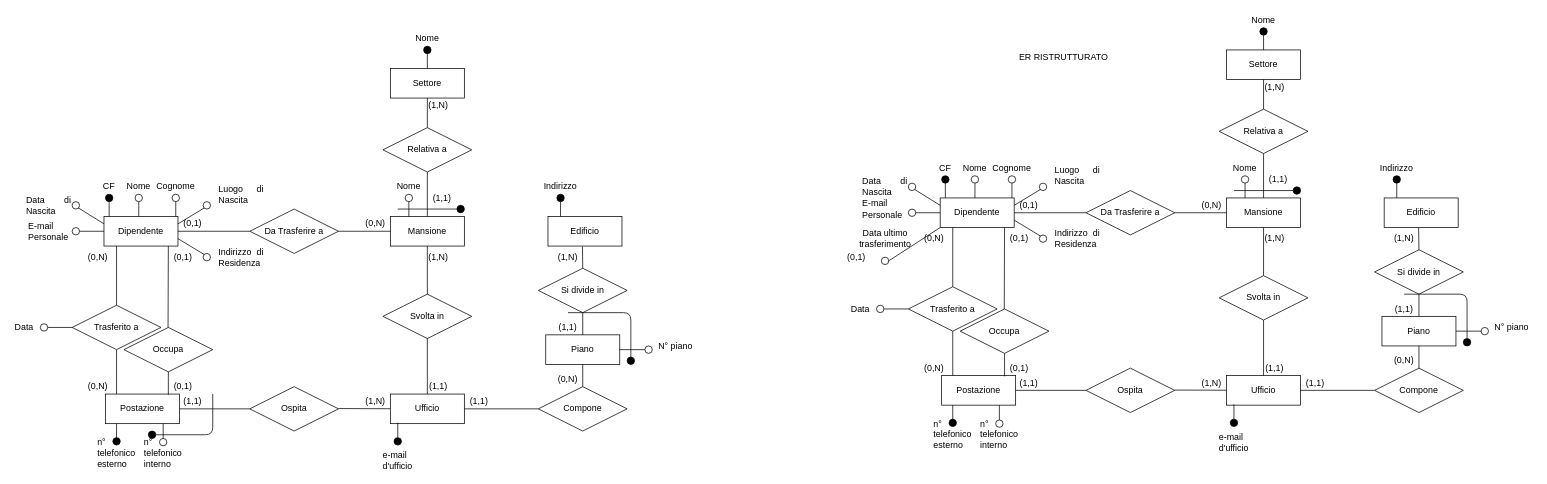
This is diagram_ER/diagram_ER.drawio from Torkin1/Directory_aziendale, a draw.io file, before an edit. Source tidied: cells renumbered, new cells numbered last; positions are measured from the earlier drawing's top-left corner, leaving out a move shared by most shapes. Both pictures are drawn from the tidied source at 74%, with x=0, y=0 at pixel (13, 13).
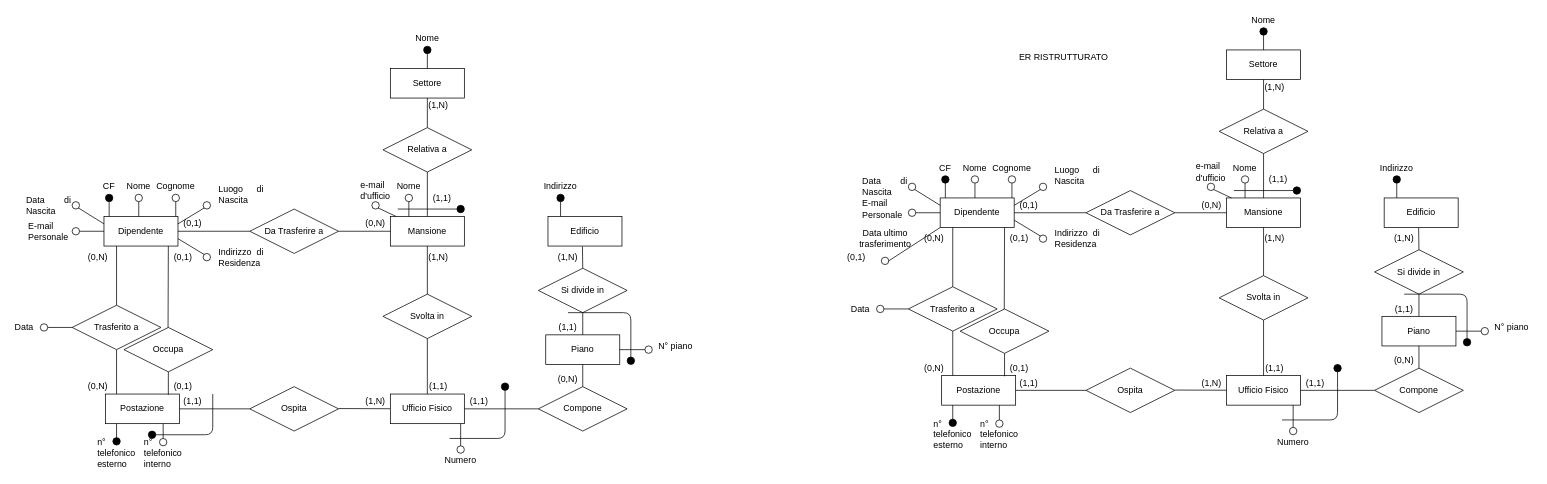
After the change.

The change refers to these unchanged cells:
```xml
<mxCell id="23" value="Mansione" style="whiteSpace=wrap;html=1;align=center;" parent="1" vertex="1">
  <mxGeometry x="510" y="275" width="100" height="40" as="geometry" />
</mxCell>
```

Diff of the diagram source:
```diff
@@
-    <mxCell id="44" value="Ufficio" style="whiteSpace=wrap;html=1;align=center;" parent="1" vertex="1">
+    <mxCell id="44" value="Ufficio Fisico" style="whiteSpace=wrap;html=1;align=center;" parent="1" vertex="1">
       <mxGeometry x="510" y="515" width="100" height="40" as="geometry" />
     </mxCell>
@@
-    <mxCell id="50" style="endArrow=none;html=1;exitX=0.5;exitY=0;exitDx=0;exitDy=0;" parent="1" edge="1">
-      <mxGeometry relative="1" as="geometry">
-        <mxPoint x="520" y="573.9" as="sourcePoint" />
-        <mxPoint x="520" y="553.9" as="targetPoint" />
-      </mxGeometry>
-    </mxCell>
     <mxCell id="51" value="&lt;div style=&quot;text-align: justify&quot;&gt;&lt;span&gt;e-mail d'ufficio&lt;/span&gt;&lt;/div&gt;" style="text;html=1;strokeColor=none;fillColor=none;align=center;verticalAlign=middle;whiteSpace=wrap;rounded=0;" parent="1" vertex="1">
-      <mxGeometry x="500" y="595" width="40" height="20" as="geometry" />
+      <mxGeometry x="470" y="230" width="40" height="20" as="geometry" />
     </mxCell>
@@
-    <mxCell id="91" style="ellipse;whiteSpace=wrap;html=1;fillColor=#000000;" parent="1" vertex="1">
-      <mxGeometry x="515" y="573.9" width="10" height="10" as="geometry" />
-    </mxCell>
@@
-    <mxCell id="143" value="Ufficio" style="whiteSpace=wrap;html=1;align=center;" parent="1" vertex="1">
+    <mxCell id="143" value="Ufficio Fisico" style="whiteSpace=wrap;html=1;align=center;" parent="1" vertex="1">
       <mxGeometry x="1640" y="490" width="100" height="40" as="geometry" />
     </mxCell>
@@
-    <mxCell id="149" style="endArrow=none;html=1;exitX=0.5;exitY=0;exitDx=0;exitDy=0;" parent="1" edge="1">
-      <mxGeometry relative="1" as="geometry">
-        <mxPoint x="1650" y="548.9" as="sourcePoint" />
-        <mxPoint x="1650" y="528.9" as="targetPoint" />
-      </mxGeometry>
-    </mxCell>
-    <mxCell id="150" value="&lt;div style=&quot;text-align: justify&quot;&gt;&lt;span&gt;e-mail d'ufficio&lt;/span&gt;&lt;/div&gt;" style="text;html=1;strokeColor=none;fillColor=none;align=center;verticalAlign=middle;whiteSpace=wrap;rounded=0;" parent="1" vertex="1">
-      <mxGeometry x="1630" y="570" width="40" height="20" as="geometry" />
-    </mxCell>
@@
-    <mxCell id="188" style="ellipse;whiteSpace=wrap;html=1;fillColor=#000000;" parent="1" vertex="1">
-      <mxGeometry x="1645" y="548.9" width="10" height="10" as="geometry" />
-    </mxCell>
@@
+    <mxCell id="203" style="ellipse;whiteSpace=wrap;html=1;" parent="1" vertex="1">
+      <mxGeometry x="485" y="255" width="10" height="10" as="geometry" />
+    </mxCell>
+    <mxCell id="204" style="endArrow=none;html=1;entryX=1;entryY=1;entryDx=0;entryDy=0;" parent="1" edge="1" source="23" target="203">
+      <mxGeometry relative="1" as="geometry" />
+    </mxCell>
+    <mxCell id="205" style="ellipse;whiteSpace=wrap;html=1;" parent="1" vertex="1">
+      <mxGeometry x="600" y="585" width="10" height="10" as="geometry" />
+    </mxCell>
+    <mxCell id="206" style="endArrow=none;html=1;" parent="1" edge="1">
+      <mxGeometry relative="1" as="geometry">
+        <mxPoint x="605" y="555" as="sourcePoint" />
+        <mxPoint x="605" y="585" as="targetPoint" />
+      </mxGeometry>
+    </mxCell>
+    <mxCell id="207" value="Numero" style="text;html=1;strokeColor=none;fillColor=none;align=center;verticalAlign=middle;whiteSpace=wrap;rounded=0;" parent="1" vertex="1">
+      <mxGeometry x="585" y="595" width="40" height="20" as="geometry" />
+    </mxCell>
+    <mxCell id="208" style="endArrow=none;html=1;entryX=0.5;entryY=0;entryDx=0;entryDy=0;" parent="1" edge="1" target="209">
+      <mxGeometry relative="1" as="geometry">
+        <mxPoint x="590" y="575" as="sourcePoint" />
+        <Array as="points">
+          <mxPoint x="665" y="575" />
+        </Array>
+      </mxGeometry>
+    </mxCell>
+    <mxCell id="209" style="ellipse;whiteSpace=wrap;html=1;fillColor=#000000;" parent="1" vertex="1">
+      <mxGeometry x="660" y="500" width="10" height="10" as="geometry" />
+    </mxCell>
+    <mxCell id="210" style="ellipse;whiteSpace=wrap;html=1;" parent="1" vertex="1">
+      <mxGeometry x="1725" y="560" width="10" height="10" as="geometry" />
+    </mxCell>
+    <mxCell id="211" style="endArrow=none;html=1;" parent="1" edge="1">
+      <mxGeometry relative="1" as="geometry">
+        <mxPoint x="1730" y="530" as="sourcePoint" />
+        <mxPoint x="1730" y="560" as="targetPoint" />
+      </mxGeometry>
+    </mxCell>
+    <mxCell id="212" value="Numero" style="text;html=1;strokeColor=none;fillColor=none;align=center;verticalAlign=middle;whiteSpace=wrap;rounded=0;" parent="1" vertex="1">
+      <mxGeometry x="1710" y="570" width="40" height="20" as="geometry" />
+    </mxCell>
+    <mxCell id="213" style="endArrow=none;html=1;entryX=0.5;entryY=0;entryDx=0;entryDy=0;" parent="1" edge="1" target="214">
+      <mxGeometry relative="1" as="geometry">
+        <mxPoint x="1715" y="550" as="sourcePoint" />
+        <Array as="points">
+          <mxPoint x="1790" y="550" />
+        </Array>
+      </mxGeometry>
+    </mxCell>
+    <mxCell id="214" style="ellipse;whiteSpace=wrap;html=1;fillColor=#000000;" parent="1" vertex="1">
+      <mxGeometry x="1785" y="475" width="10" height="10" as="geometry" />
+    </mxCell>
+    <mxCell id="150" value="&lt;div style=&quot;text-align: justify&quot;&gt;&lt;span&gt;e-mail d'ufficio&lt;/span&gt;&lt;/div&gt;" style="text;html=1;strokeColor=none;fillColor=none;align=center;verticalAlign=middle;whiteSpace=wrap;rounded=0;" parent="1" vertex="1">
+      <mxGeometry x="1598.9" y="205" width="40" height="20" as="geometry" />
+    </mxCell>
+    <mxCell id="215" style="ellipse;whiteSpace=wrap;html=1;" parent="1" vertex="1">
+      <mxGeometry x="1613.9" y="230" width="10" height="10" as="geometry" />
+    </mxCell>
+    <mxCell id="216" style="endArrow=none;html=1;entryX=1;entryY=1;entryDx=0;entryDy=0;" parent="1" edge="1" target="215">
+      <mxGeometry relative="1" as="geometry">
+        <mxPoint x="1646.6" y="250" as="sourcePoint" />
+      </mxGeometry>
+    </mxCell>
```
